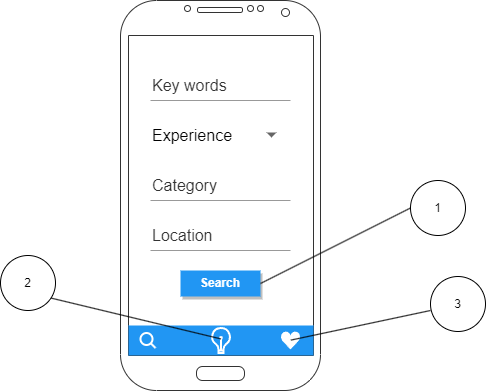
Above: Mockups — копия/SearchParameters.drawio.png in NikitunPVLK/JobSeeker (draw.io), before the change. Source tidied: cells renumbered, new cells last; positions are measured from the earlier drawing's top-left corner, leaving out a move shared by most shapes. Its diagram source:
```xml
<mxGraphModel>
  <root>
    <mxCell id="0" />
    <mxCell id="1" parent="0" />
    <mxCell id="2" style="verticalLabelPosition=bottom;verticalAlign=top;html=1;shadow=0;dashed=0;strokeWidth=1;shape=mxgraph.android.phone2;strokeColor=#333333;" parent="1" vertex="1">
      <mxGeometry x="120" width="200" height="390" as="geometry" />
    </mxCell>
    <mxCell id="3" value="Key words" style="text;fontColor=#333333;fontSize=16;verticalAlign=middle;strokeColor=none;fillColor=none;whiteSpace=wrap;html=1;" parent="1" vertex="1">
      <mxGeometry x="150" y="70" width="140" height="30" as="geometry" />
    </mxCell>
    <mxCell id="4" style="dashed=0;shape=line;strokeWidth=1;noLabel=1;strokeColor=#333333;opacity=50;" parent="1" vertex="1">
      <mxGeometry x="150" y="95" width="140" height="10" as="geometry" />
    </mxCell>
    <mxCell id="5" style="shape=rect;strokeColor=none;fillColor=none;" parent="1" vertex="1">
      <mxGeometry x="130" y="120" width="160" height="35" as="geometry" />
    </mxCell>
    <mxCell id="6" value="Experience" style="text;fontColor=#000000;fontSize=16;verticalAlign=middle;strokeColor=none;fillColor=none;whiteSpace=wrap;html=1;" parent="5" vertex="1">
      <mxGeometry x="20" width="130" height="30" as="geometry" />
    </mxCell>
    <mxCell id="7" style="dashed=0;shape=triangle;noLabel=1;strokeColor=none;fillColor=#666666;direction=south;" parent="6" vertex="1">
      <mxGeometry x="1" y="0.5" width="10" height="5" relative="1" as="geometry">
        <mxPoint x="-14" y="-3" as="offset" />
      </mxGeometry>
    </mxCell>
    <mxCell id="8" value="Category" style="text;fontColor=#333333;fontSize=16;verticalAlign=middle;strokeColor=none;fillColor=none;whiteSpace=wrap;html=1;" parent="1" vertex="1">
      <mxGeometry x="150" y="170" width="140" height="30" as="geometry" />
    </mxCell>
    <mxCell id="9" style="dashed=0;shape=line;strokeWidth=1;noLabel=1;strokeColor=#333333;opacity=50;" parent="1" vertex="1">
      <mxGeometry x="150" y="195" width="140" height="10" as="geometry" />
    </mxCell>
    <mxCell id="10" value="Location" style="text;fontColor=#333333;fontSize=16;verticalAlign=middle;strokeColor=none;fillColor=none;whiteSpace=wrap;html=1;" parent="1" vertex="1">
      <mxGeometry x="150" y="220" width="140" height="30" as="geometry" />
    </mxCell>
    <mxCell id="11" style="dashed=0;shape=line;strokeWidth=1;noLabel=1;strokeColor=#333333;opacity=50;fillColor=#333333;" parent="1" vertex="1">
      <mxGeometry x="150" y="245" width="140" height="10" as="geometry" />
    </mxCell>
    <mxCell id="12" value="Search" style="whiteSpace=wrap;html=1;dashed=0;align=center;fontSize=12;shape=rect;fillColor=#2196F3;strokeColor=none;fontStyle=1;shadow=1;fontColor=#ffffff;" parent="1" vertex="1">
      <mxGeometry x="180" y="270" width="80" height="26" as="geometry" />
    </mxCell>
    <mxCell id="13" style="dashed=0;align=center;fontSize=12;shape=rect;fillColor=#2196F3;strokeColor=none;shadow=0;hachureGap=4;fontFamily=Helvetica;" parent="1" vertex="1">
      <mxGeometry x="128" y="325" width="185" height="30" as="geometry" />
    </mxCell>
    <mxCell id="14" style="html=1;dashed=0;verticalLabelPosition=bottom;verticalAlign=top;align=center;shape=mxgraph.gmdl.heart;strokeColor=none;fillColor=#FFFFFF;shadow=0;sketch=0;" parent="1" vertex="1">
      <mxGeometry x="280" y="331" width="20" height="18" as="geometry" />
    </mxCell>
    <mxCell id="15" style="html=1;verticalLabelPosition=bottom;align=center;labelBackgroundColor=#ffffff;verticalAlign=top;strokeWidth=2;strokeColor=#FFFFFF;shadow=0;dashed=0;shape=mxgraph.ios7.icons.looking_glass;fillColor=#2196F3;" parent="1" vertex="1">
      <mxGeometry x="140" y="332.5" width="15" height="15" as="geometry" />
    </mxCell>
    <mxCell id="16" style="html=1;verticalLabelPosition=bottom;align=center;labelBackgroundColor=#ffffff;verticalAlign=top;strokeWidth=2;strokeColor=#FFFFFF;shadow=0;dashed=0;shape=mxgraph.ios7.icons.lightbulb;fillColor=#2196F3;" parent="1" vertex="1">
      <mxGeometry x="210.9" y="327.5" width="19.2" height="25" as="geometry" />
    </mxCell>
    <mxCell id="17" style="endArrow=none;html=1;rounded=0;exitX=1;exitY=0.5;exitDx=0;exitDy=0;entryX=0;entryY=0.5;entryDx=0;entryDy=0;" parent="1" edge="1" source="12" target="18">
      <mxGeometry relative="1" as="geometry" />
    </mxCell>
    <mxCell id="18" value="1" style="ellipse;whiteSpace=wrap;html=1;" parent="1" vertex="1">
      <mxGeometry x="410" y="180" width="55" height="55" as="geometry" />
    </mxCell>
    <mxCell id="19" style="endArrow=none;html=1;rounded=0;exitX=0.495;exitY=0.436;exitDx=0;exitDy=0;exitPerimeter=0;" parent="1" edge="1" source="16">
      <mxGeometry relative="1" as="geometry">
        <mxPoint x="44" y="296" as="targetPoint" />
      </mxGeometry>
    </mxCell>
    <mxCell id="20" value="2" style="ellipse;whiteSpace=wrap;html=1;" parent="1" vertex="1">
      <mxGeometry y="255" width="55" height="55" as="geometry" />
    </mxCell>
    <mxCell id="21" style="endArrow=none;html=1;rounded=0;exitX=0.52;exitY=0.478;exitDx=0;exitDy=0;exitPerimeter=0;" parent="1" edge="1" source="14">
      <mxGeometry relative="1" as="geometry">
        <mxPoint x="430" y="310" as="targetPoint" />
      </mxGeometry>
    </mxCell>
    <mxCell id="22" value="3" style="ellipse;whiteSpace=wrap;html=1;" parent="1" vertex="1">
      <mxGeometry x="430" y="276" width="55" height="55" as="geometry" />
    </mxCell>
  </root>
</mxGraphModel>
```
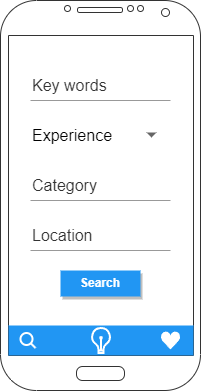
After the change.

The edit, as a diff of the source:
```diff
@@ -49,27 +49,5 @@
     <mxCell id="16" style="html=1;verticalLabelPosition=bottom;align=center;labelBackgroundColor=#ffffff;verticalAlign=top;strokeWidth=2;strokeColor=#FFFFFF;shadow=0;dashed=0;shape=mxgraph.ios7.icons.lightbulb;fillColor=#2196F3;" parent="1" vertex="1">
       <mxGeometry x="210.9" y="327.5" width="19.2" height="25" as="geometry" />
     </mxCell>
-    <mxCell id="17" style="endArrow=none;html=1;rounded=0;exitX=1;exitY=0.5;exitDx=0;exitDy=0;entryX=0;entryY=0.5;entryDx=0;entryDy=0;" parent="1" edge="1" source="12" target="18">
-      <mxGeometry relative="1" as="geometry" />
-    </mxCell>
-    <mxCell id="18" value="1" style="ellipse;whiteSpace=wrap;html=1;" parent="1" vertex="1">
-      <mxGeometry x="410" y="180" width="55" height="55" as="geometry" />
-    </mxCell>
-    <mxCell id="19" style="endArrow=none;html=1;rounded=0;exitX=0.495;exitY=0.436;exitDx=0;exitDy=0;exitPerimeter=0;" parent="1" edge="1" source="16">
-      <mxGeometry relative="1" as="geometry">
-        <mxPoint x="44" y="296" as="targetPoint" />
-      </mxGeometry>
-    </mxCell>
-    <mxCell id="20" value="2" style="ellipse;whiteSpace=wrap;html=1;" parent="1" vertex="1">
-      <mxGeometry y="255" width="55" height="55" as="geometry" />
-    </mxCell>
-    <mxCell id="21" style="endArrow=none;html=1;rounded=0;exitX=0.52;exitY=0.478;exitDx=0;exitDy=0;exitPerimeter=0;" parent="1" edge="1" source="14">
-      <mxGeometry relative="1" as="geometry">
-        <mxPoint x="430" y="310" as="targetPoint" />
-      </mxGeometry>
-    </mxCell>
-    <mxCell id="22" value="3" style="ellipse;whiteSpace=wrap;html=1;" parent="1" vertex="1">
-      <mxGeometry x="430" y="276" width="55" height="55" as="geometry" />
-    </mxCell>
   </root>
 </mxGraphModel>
```
